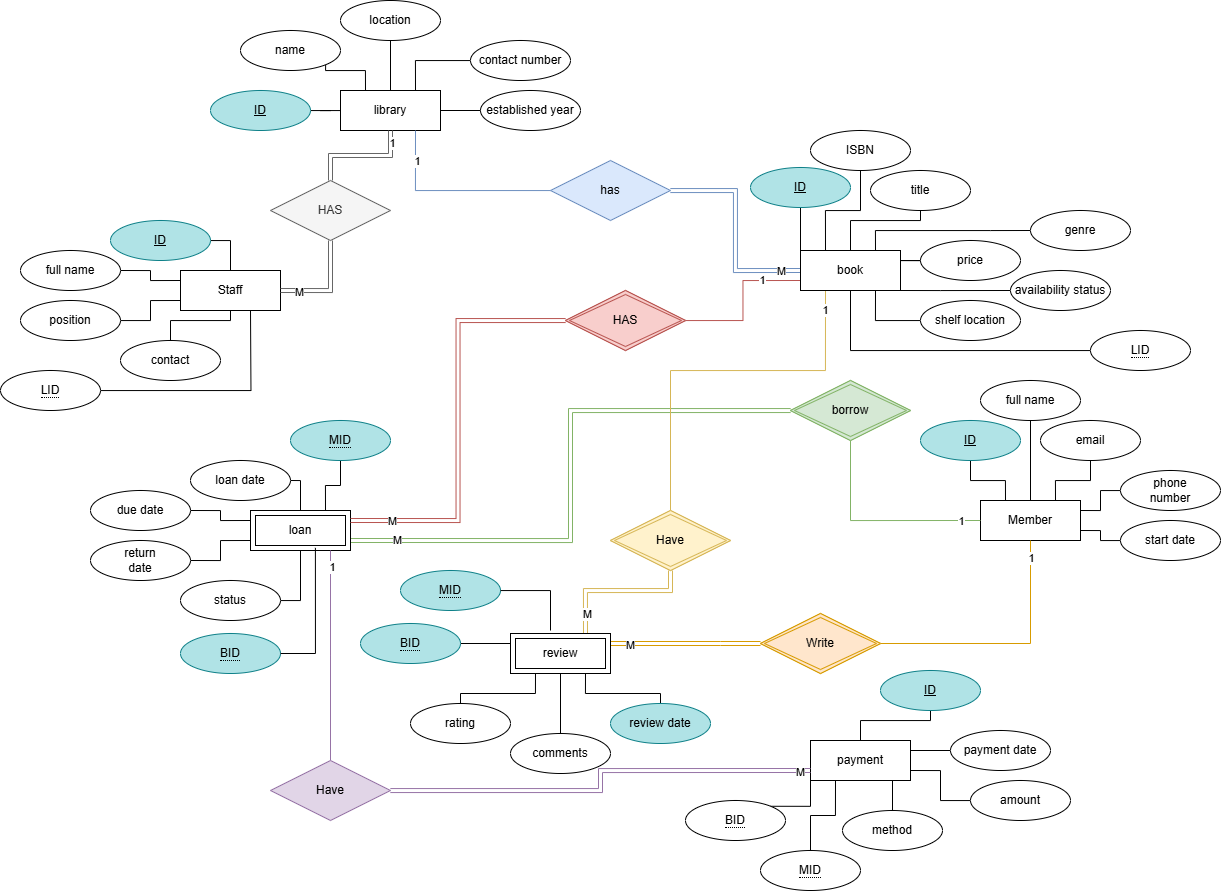
LeenaaAlhabsi/Library-Management-System---DB-Project-Part1 keeps this draw.io diagram as LibraryManagementSystem.png. Above is the earlier version. Source tidied: cells renumbered, new cells last; positions are measured from the earlier drawing's top-left corner, leaving out a move shared by most shapes.
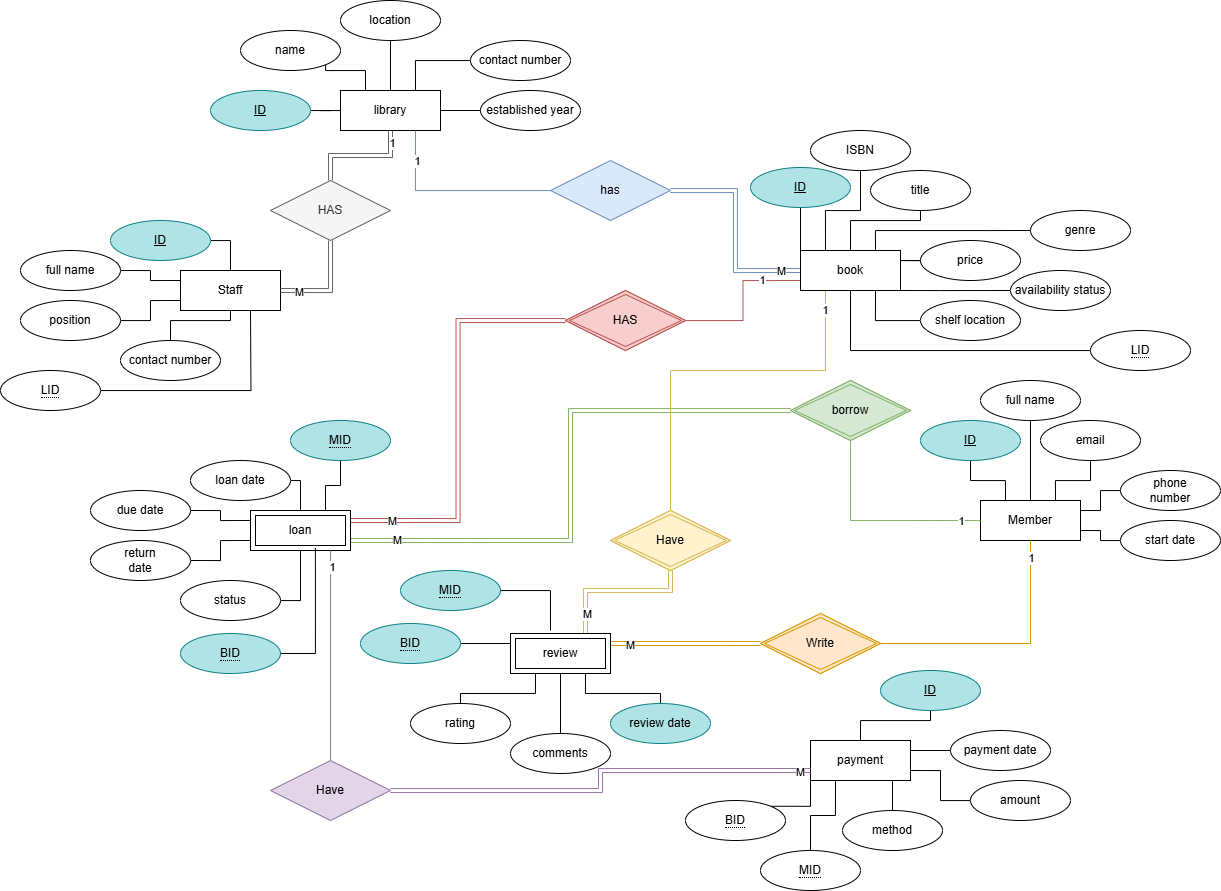
The same diagram one commit later.

Commit message:
LibraryManagementSystem ERD modified copy

What changed in the source:
```diff
@@ -313,7 +313,7 @@
     <mxCell id="86" style="edgeStyle=orthogonalEdgeStyle;rounded=0;jettySize=auto;html=1;entryX=0.5;entryY=1;entryDx=0;entryDy=0;endArrow=none;startFill=0;" parent="78" edge="1" source="87" target="79">
       <mxGeometry relative="1" as="geometry" />
     </mxCell>
-    <mxCell id="87" value="contact" style="ellipse;whiteSpace=wrap;html=1;align=center;" parent="78" vertex="1">
+    <mxCell id="87" value="contact&amp;nbsp;number" style="ellipse;whiteSpace=wrap;html=1;align=center;" parent="78" vertex="1">
       <mxGeometry x="100" y="120" width="100" height="40" as="geometry" />
     </mxCell>
     <mxCell id="88" style="edgeStyle=orthogonalEdgeStyle;rounded=0;jettySize=auto;html=1;endArrow=none;startFill=0;fillColor=#e1d5e7;strokeColor=#9673a6;" parent="1" edge="1" source="92">
```
